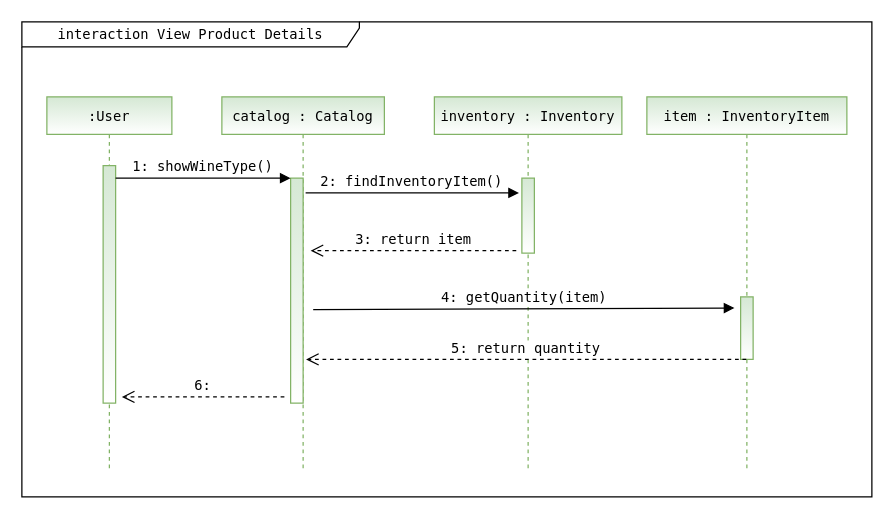
Above: ViewDetails.drawio in DECHT/test (draw.io), before the change. Source tidied: cells renumbered, new cells numbered last; positions are measured from the earlier drawing's top-left corner, leaving out a move shared by most shapes. Both pictures are drawn from the tidied source at 125%, with x=0, y=0 at pixel (21, 21).
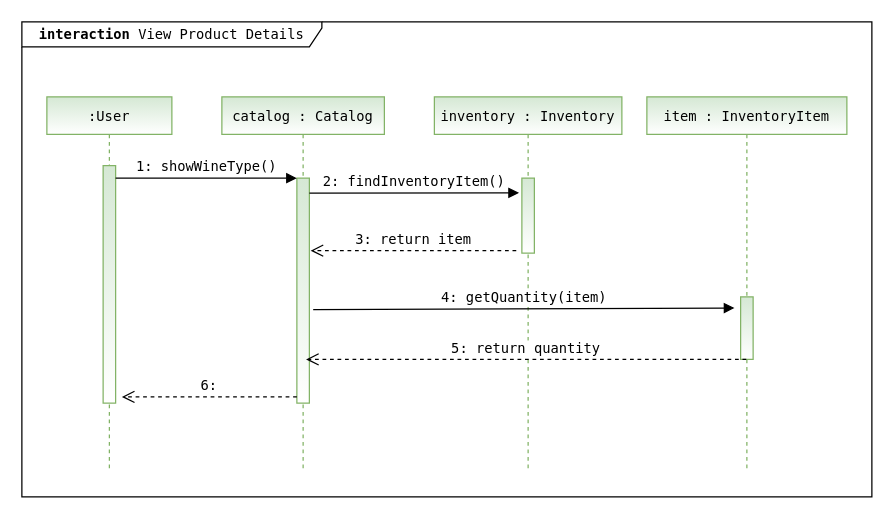
The same page after the edit.

Change to the diagram source:
```diff
@@
 <mxGraphModel>
   <root>
     <mxCell id="0" />
     <mxCell id="1" parent="0" />
-    <mxCell id="2" value="interaction View Product Details" style="shape=umlFrame;whiteSpace=wrap;html=1;width=270;height=20;fontFamily=Lucida Console;fontSize=11;" parent="1" vertex="1">
+    <mxCell id="2" value="&lt;b&gt;interaction &lt;/b&gt;View Product Details" style="shape=umlFrame;whiteSpace=wrap;html=1;width=240;height=20;fontFamily=Lucida Console;fontSize=11;" parent="1" vertex="1">
       <mxGeometry width="680" height="380" as="geometry" />
     </mxCell>
     <mxCell id="3" value=":User" style="shape=umlLifeline;perimeter=lifelinePerimeter;rounded=0;shadow=0;strokeWidth=1;size=30;fontFamily=Lucida Console;fontSize=11;fillColor=#d5e8d4;strokeColor=#82b366;gradientColor=#ffffff;" parent="1" vertex="1">
       <mxGeometry x="20" y="60" width="100" height="300" as="geometry" />
     </mxCell>
     <mxCell id="4" style="points=[];perimeter=orthogonalPerimeter;rounded=0;shadow=0;strokeWidth=1;fontFamily=Lucida Console;fontSize=11;fillColor=#d5e8d4;strokeColor=#82b366;gradientColor=#ffffff;" parent="3" vertex="1">
       <mxGeometry x="45" y="55" width="10" height="190" as="geometry" />
     </mxCell>
     <mxCell id="5" value="catalog : Catalog" style="shape=umlLifeline;perimeter=lifelinePerimeter;rounded=0;shadow=0;strokeWidth=1;size=30;fontFamily=Lucida Console;fontSize=11;fillColor=#d5e8d4;strokeColor=#82b366;gradientColor=#ffffff;" parent="1" vertex="1">
       <mxGeometry x="160" y="60" width="130" height="300" as="geometry" />
     </mxCell>
     <mxCell id="6" style="points=[];perimeter=orthogonalPerimeter;rounded=0;shadow=0;strokeWidth=1;fontFamily=Lucida Console;fontSize=11;fillColor=#d5e8d4;strokeColor=#82b366;gradientColor=#ffffff;" parent="5" vertex="1">
-      <mxGeometry x="55" y="65" width="10" height="180" as="geometry" />
+      <mxGeometry x="60" y="65" width="10" height="180" as="geometry" />
     </mxCell>
     <mxCell id="7" value="1: showWineType()" style="verticalAlign=bottom;endArrow=block;entryX=0;entryY=0;shadow=0;strokeWidth=1;fontFamily=Lucida Console;fontSize=11;" parent="1" edge="1" source="4" target="6">
       <mxGeometry relative="1" as="geometry" />
     </mxCell>
     <mxCell id="8" value="2: findInventoryItem()" style="verticalAlign=bottom;endArrow=block;shadow=0;strokeWidth=1;entryX=0;entryY=0.412;entryDx=0;entryDy=0;entryPerimeter=0;fontFamily=Lucida Console;fontSize=11;" parent="1" edge="1">
       <mxGeometry relative="1" as="geometry">
-        <mxPoint x="227" y="136.8" as="sourcePoint" />
+        <mxPoint x="230" y="137" as="sourcePoint" />
         <mxPoint x="397.7" y="136.8" as="targetPoint" />
       </mxGeometry>
     </mxCell>
     <mxCell id="9" value="3: return item" style="verticalAlign=bottom;endArrow=open;dashed=1;endSize=8;shadow=0;strokeWidth=1;fontFamily=Lucida Console;fontSize=11;" parent="1" edge="1">
       <mxGeometry relative="1" as="geometry">
         <mxPoint x="395.5" y="183" as="sourcePoint" />
         <mxPoint x="231" y="183" as="targetPoint" />
       </mxGeometry>
     </mxCell>
     <mxCell id="10" value="inventory : Inventory" style="shape=umlLifeline;perimeter=lifelinePerimeter;rounded=0;shadow=0;strokeWidth=1;size=30;fontFamily=Lucida Console;fontSize=11;fillColor=#d5e8d4;strokeColor=#82b366;gradientColor=#ffffff;" parent="1" vertex="1">
       <mxGeometry x="330" y="60" width="150" height="300" as="geometry" />
     </mxCell>
     <mxCell id="11" style="perimeter=orthogonalPerimeter;rounded=0;shadow=0;strokeWidth=1;fontFamily=Lucida Console;fontSize=11;fillColor=#d5e8d4;strokeColor=#82b366;gradientColor=#ffffff;" parent="10" vertex="1">
       <mxGeometry x="70" y="65" width="10" height="60" as="geometry" />
     </mxCell>
     <mxCell id="12" value="item : InventoryItem" style="shape=umlLifeline;perimeter=lifelinePerimeter;rounded=0;shadow=0;strokeWidth=1;size=30;fontFamily=Lucida Console;fontSize=11;fillColor=#d5e8d4;strokeColor=#82b366;gradientColor=#ffffff;" parent="1" vertex="1">
       <mxGeometry x="500" y="60" width="160" height="300" as="geometry" />
     </mxCell>
     <mxCell id="13" style="perimeter=orthogonalPerimeter;rounded=0;shadow=0;strokeWidth=1;fontFamily=Lucida Console;fontSize=11;fillColor=#d5e8d4;strokeColor=#82b366;gradientColor=#ffffff;" parent="12" vertex="1">
       <mxGeometry x="75" y="160" width="10" height="50" as="geometry" />
     </mxCell>
     <mxCell id="14" value="4: getQuantity(item)" style="verticalAlign=bottom;endArrow=block;shadow=0;strokeWidth=1;fontFamily=Lucida Console;fontSize=11;entryX=0.438;entryY=0.563;entryDx=0;entryDy=0;entryPerimeter=0;exitX=0.562;exitY=0.567;exitDx=0;exitDy=0;exitPerimeter=0;" parent="1" edge="1" source="5" target="12">
       <mxGeometry relative="1" as="geometry" />
     </mxCell>
     <mxCell id="15" value="5: return quantity" style="verticalAlign=bottom;endArrow=open;dashed=1;endSize=8;shadow=0;strokeWidth=1;fontFamily=Lucida Console;fontSize=11;entryX=0.518;entryY=0.7;entryDx=0;entryDy=0;entryPerimeter=0;" parent="1" edge="1" source="12" target="5">
       <mxGeometry relative="1" as="geometry" />
     </mxCell>
     <mxCell id="16" value="6:" style="verticalAlign=bottom;endArrow=open;dashed=1;endSize=8;shadow=0;strokeWidth=1;fontFamily=Lucida Console;fontSize=11;" parent="1" edge="1">
       <mxGeometry relative="1" as="geometry">
-        <mxPoint x="210" y="300" as="sourcePoint" />
+        <mxPoint x="220" y="300" as="sourcePoint" />
         <mxPoint x="80" y="300" as="targetPoint" />
       </mxGeometry>
     </mxCell>
   </root>
 </mxGraphModel>
```
